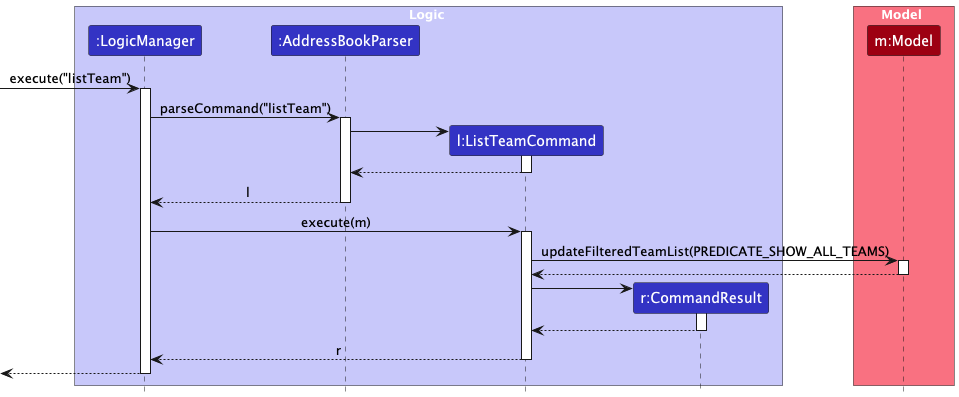
Above: docs/images/ListTeamSequenceDiagram.png in AY2526S1-CS2103T-F08b-2/tp (PlantUML), before the change.
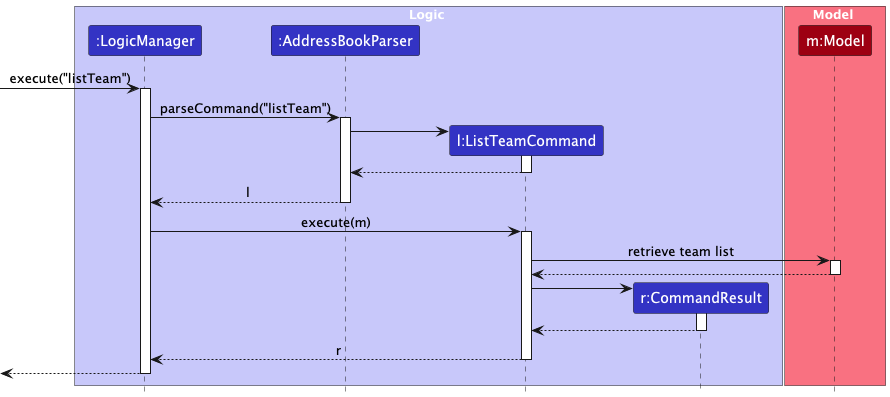
Later version of the same file.

Change to the diagram source:
```diff
@@ -32,7 +32,7 @@
 LogicManager -> ListTeamCommand : execute(m)
 activate ListTeamCommand
 
-ListTeamCommand -> Model : updateFilteredTeamList(PREDICATE_SHOW_ALL_TEAMS)
+ListTeamCommand -> Model : retrieve team list
 activate Model
 
 Model --> ListTeamCommand
```
